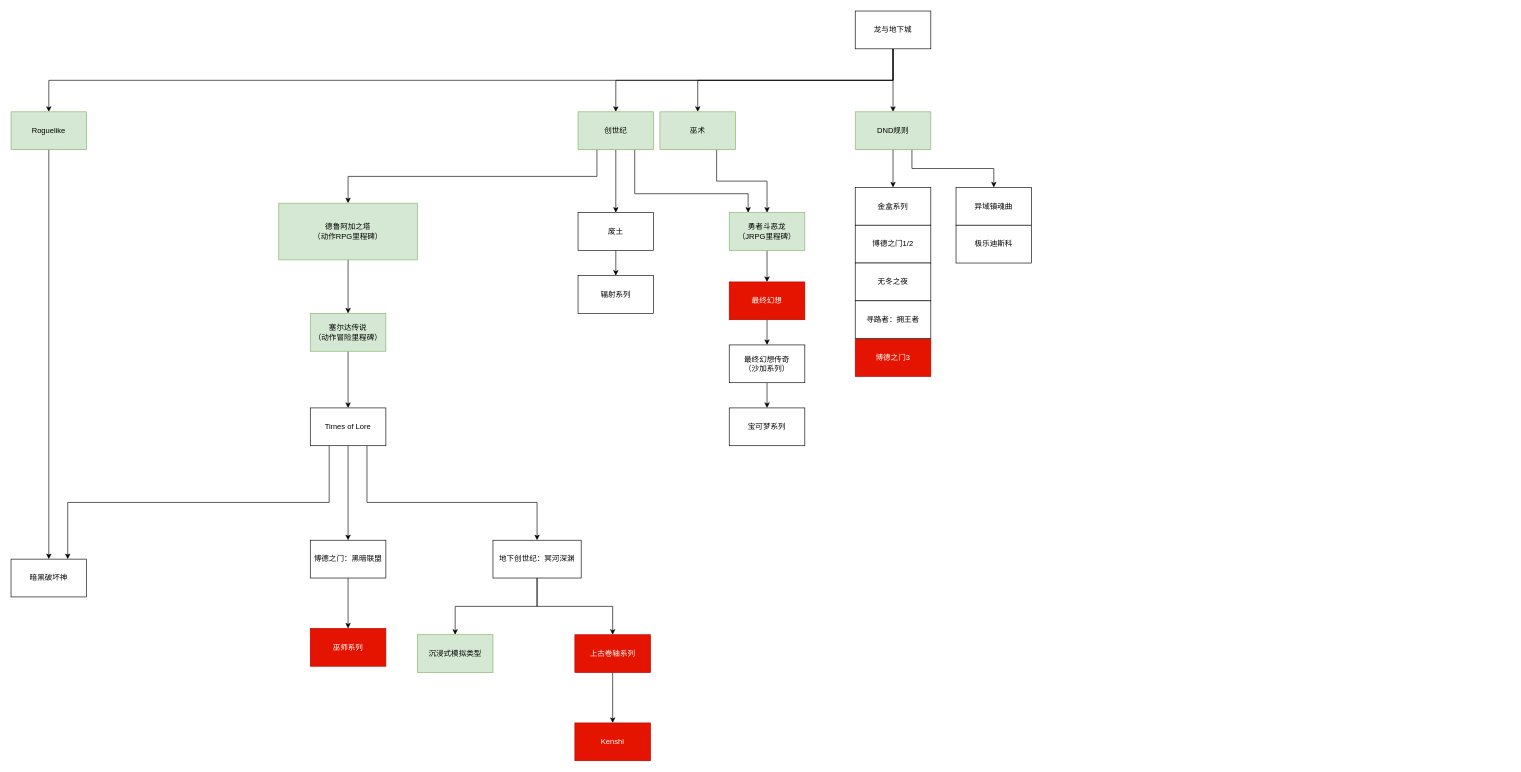
Above: RPGtree.drawio in sass00n1/StartFramework (draw.io), before the change. Source tidied: cells renumbered, new cells numbered last; positions are measured from the earlier drawing's top-left corner, leaving out a move shared by most shapes. Both pictures are drawn from the tidied source at 63%, with x=0, y=0 at pixel (11, 11).
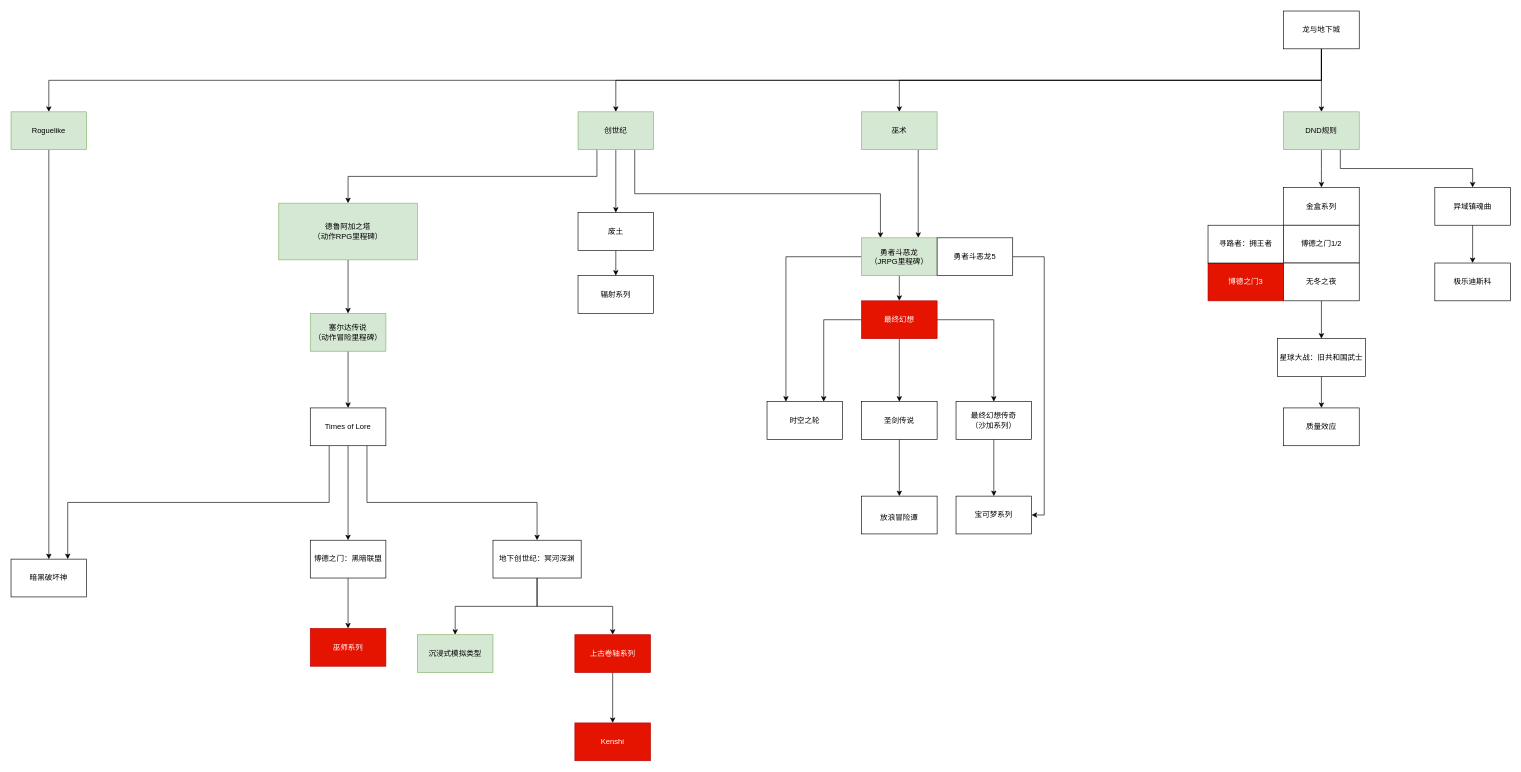
Above is the later version.

Unchanged cells that the change refers to:
```xml
<mxCell id="10" value="创世纪" style="rounded=0;whiteSpace=wrap;html=1;fillColor=#d5e8d4;strokeColor=#82b366;" parent="1" vertex="1">
  <mxGeometry x="900" y="160" width="120" height="60" as="geometry" />
</mxCell>
<mxCell id="39" value="Roguelike" style="rounded=0;whiteSpace=wrap;html=1;fillColor=#d5e8d4;strokeColor=#82b366;" parent="1" vertex="1">
  <mxGeometry y="160" width="120" height="60" as="geometry" />
</mxCell>
```

What changed in the source:
```diff
@@
-    <mxCell id="3" style="edgeStyle=orthogonalEdgeStyle;rounded=0;jettySize=auto;html=1;" parent="1" edge="1" source="6" target="12">
-      <mxGeometry relative="1" as="geometry">
-        <Array as="points">
-          <mxPoint x="1400" y="110" />
-          <mxPoint x="1090" y="110" />
-        </Array>
-      </mxGeometry>
-    </mxCell>
@@
     <mxCell id="5" style="edgeStyle=orthogonalEdgeStyle;rounded=0;jettySize=auto;html=1;entryX=0.5;entryY=0;entryDx=0;entryDy=0;" parent="1" edge="1" source="6" target="39">
       <mxGeometry relative="1" as="geometry">
         <Array as="points">
-          <mxPoint x="1400" y="110" />
+          <mxPoint x="2080" y="110" />
           <mxPoint x="60" y="110" />
         </Array>
       </mxGeometry>
     </mxCell>
+    <mxCell id="3" style="edgeStyle=orthogonalEdgeStyle;rounded=0;jettySize=auto;html=1;exitX=0.5;exitY=1;exitDx=0;exitDy=0;entryX=0.5;entryY=0;entryDx=0;entryDy=0;" parent="1" edge="1" source="6" target="12">
+      <mxGeometry relative="1" as="geometry" />
+    </mxCell>
     <mxCell id="6" value="龙与地下城" style="rounded=0;whiteSpace=wrap;html=1;" parent="1" vertex="1">
-      <mxGeometry x="1340" width="120" height="60" as="geometry" />
+      <mxGeometry x="2020" width="120" height="60" as="geometry" />
     </mxCell>
-    <mxCell id="7" style="edgeStyle=orthogonalEdgeStyle;rounded=0;jettySize=auto;html=1;exitX=0.75;exitY=1;exitDx=0;exitDy=0;entryX=0.25;entryY=0;entryDx=0;entryDy=0;" parent="1" edge="1" source="10" target="14">
-      <mxGeometry relative="1" as="geometry">
-        <Array as="points">
-          <mxPoint x="990" y="290" />
-          <mxPoint x="1170" y="290" />
-        </Array>
-      </mxGeometry>
-    </mxCell>
@@
+    <mxCell id="7" style="edgeStyle=orthogonalEdgeStyle;rounded=0;jettySize=auto;html=1;exitX=0.75;exitY=1;exitDx=0;exitDy=0;entryX=0.25;entryY=0;entryDx=0;entryDy=0;" parent="1" edge="1" source="10" target="14">
+      <mxGeometry relative="1" as="geometry" />
+    </mxCell>
@@
-    <mxCell id="11" style="edgeStyle=orthogonalEdgeStyle;rounded=0;jettySize=auto;html=1;exitX=0.75;exitY=1;exitDx=0;exitDy=0;entryX=0.5;entryY=0;entryDx=0;entryDy=0;" parent="1" edge="1" source="12" target="14">
+    <mxCell id="11" style="edgeStyle=orthogonalEdgeStyle;rounded=0;jettySize=auto;html=1;exitX=0.75;exitY=1;exitDx=0;exitDy=0;entryX=0.75;entryY=0;entryDx=0;entryDy=0;" parent="1" edge="1" source="12" target="14">
       <mxGeometry relative="1" as="geometry" />
     </mxCell>
     <mxCell id="12" value="巫术" style="rounded=0;whiteSpace=wrap;html=1;fillColor=#d5e8d4;strokeColor=#82b366;" parent="1" vertex="1">
-      <mxGeometry x="1030" y="160" width="120" height="60" as="geometry" />
+      <mxGeometry x="1350" y="160" width="120" height="60" as="geometry" />
     </mxCell>
@@
+    <mxCell id="54" style="edgeStyle=orthogonalEdgeStyle;rounded=0;jettySize=auto;html=1;exitX=0;exitY=0.5;exitDx=0;exitDy=0;entryX=0.25;entryY=0;entryDx=0;entryDy=0;" parent="1" edge="1" source="14" target="61">
+      <mxGeometry relative="1" as="geometry" />
+    </mxCell>
     <mxCell id="14" value="&lt;div&gt;勇者斗恶龙&lt;/div&gt;&lt;div&gt;（JRPG里程碑）&lt;br&gt;&lt;/div&gt;" style="rounded=0;whiteSpace=wrap;html=1;fillColor=#d5e8d4;strokeColor=#82b366;" parent="1" vertex="1">
-      <mxGeometry x="1140" y="320" width="120" height="60" as="geometry" />
+      <mxGeometry x="1350" y="360" width="120" height="60" as="geometry" />
     </mxCell>
     <mxCell id="15" style="edgeStyle=orthogonalEdgeStyle;rounded=0;jettySize=auto;html=1;entryX=0.5;entryY=0;entryDx=0;entryDy=0;" parent="1" edge="1" source="17" target="18">
       <mxGeometry relative="1" as="geometry">
         <Array as="points">
-          <mxPoint x="1400" y="250" />
-          <mxPoint x="1400" y="250" />
+          <mxPoint x="2080" y="250" />
+          <mxPoint x="2080" y="250" />
         </Array>
       </mxGeometry>
     </mxCell>
@@
     <mxCell id="17" value="DND规则" style="rounded=0;whiteSpace=wrap;html=1;fillColor=#d5e8d4;strokeColor=#82b366;" parent="1" vertex="1">
-      <mxGeometry x="1340" y="160" width="120" height="60" as="geometry" />
+      <mxGeometry x="2020" y="160" width="120" height="60" as="geometry" />
     </mxCell>
     <mxCell id="18" value="金盒系列" style="rounded=0;whiteSpace=wrap;html=1;" parent="1" vertex="1">
-      <mxGeometry x="1340" y="280" width="120" height="60" as="geometry" />
+      <mxGeometry x="2020" y="280" width="120" height="60" as="geometry" />
     </mxCell>
     <mxCell id="19" value="博德之门1/2" style="rounded=0;whiteSpace=wrap;html=1;" parent="1" vertex="1">
-      <mxGeometry x="1340" y="340" width="120" height="60" as="geometry" />
+      <mxGeometry x="2020" y="340" width="120" height="60" as="geometry" />
     </mxCell>
+    <mxCell id="55" style="edgeStyle=orthogonalEdgeStyle;rounded=0;jettySize=auto;html=1;exitX=0.5;exitY=1;exitDx=0;exitDy=0;" parent="1" edge="1" source="20" target="66">
+      <mxGeometry relative="1" as="geometry" />
+    </mxCell>
     <mxCell id="20" value="无冬之夜" style="rounded=0;whiteSpace=wrap;html=1;" parent="1" vertex="1">
-      <mxGeometry x="1340" y="400" width="120" height="60" as="geometry" />
+      <mxGeometry x="2020" y="400" width="120" height="60" as="geometry" />
     </mxCell>
     <mxCell id="21" value="博德之门3" style="rounded=0;whiteSpace=wrap;html=1;fillColor=#e51400;fontColor=#ffffff;strokeColor=#B20000;" parent="1" vertex="1">
-      <mxGeometry x="1340" y="520" width="120" height="60" as="geometry" />
+      <mxGeometry x="1900" y="400" width="120" height="60" as="geometry" />
     </mxCell>
+    <mxCell id="56" style="edgeStyle=orthogonalEdgeStyle;rounded=0;jettySize=auto;html=1;exitX=0.5;exitY=1;exitDx=0;exitDy=0;entryX=0.5;entryY=0;entryDx=0;entryDy=0;" parent="1" edge="1" source="22" target="23">
+      <mxGeometry relative="1" as="geometry" />
+    </mxCell>
     <mxCell id="22" value="异域镇魂曲" style="rounded=0;whiteSpace=wrap;html=1;" parent="1" vertex="1">
-      <mxGeometry x="1500" y="280" width="120" height="60" as="geometry" />
+      <mxGeometry x="2260" y="280" width="120" height="60" as="geometry" />
     </mxCell>
     <mxCell id="23" value="极乐迪斯科" style="rounded=0;whiteSpace=wrap;html=1;" parent="1" vertex="1">
-      <mxGeometry x="1500" y="340" width="120" height="60" as="geometry" />
+      <mxGeometry x="2260" y="400" width="120" height="60" as="geometry" />
     </mxCell>
@@
     <mxCell id="47" value="寻路者：拥王者" style="rounded=0;whiteSpace=wrap;html=1;" parent="1" vertex="1">
-      <mxGeometry x="1340" y="460" width="120" height="60" as="geometry" />
+      <mxGeometry x="1900" y="340" width="120" height="60" as="geometry" />
     </mxCell>
-    <mxCell id="48" style="edgeStyle=orthogonalEdgeStyle;rounded=0;jettySize=auto;html=1;exitX=0.5;exitY=1;exitDx=0;exitDy=0;entryX=0.5;entryY=0;entryDx=0;entryDy=0;" parent="1" edge="1" source="49" target="52">
+    <mxCell id="48" style="edgeStyle=orthogonalEdgeStyle;rounded=0;jettySize=auto;html=1;exitX=1;exitY=0.5;exitDx=0;exitDy=0;entryX=0.5;entryY=0;entryDx=0;entryDy=0;" parent="1" edge="1" source="49" target="52">
       <mxGeometry relative="1" as="geometry" />
     </mxCell>
+    <mxCell id="57" style="edgeStyle=orthogonalEdgeStyle;rounded=0;jettySize=auto;html=1;exitX=0;exitY=0.5;exitDx=0;exitDy=0;entryX=0.75;entryY=0;entryDx=0;entryDy=0;" parent="1" edge="1" source="49" target="61">
+      <mxGeometry relative="1" as="geometry" />
+    </mxCell>
+    <mxCell id="58" style="edgeStyle=orthogonalEdgeStyle;rounded=0;jettySize=auto;html=1;exitX=0.5;exitY=1;exitDx=0;exitDy=0;" parent="1" edge="1" source="49" target="63">
+      <mxGeometry relative="1" as="geometry" />
+    </mxCell>
     <mxCell id="49" value="最终幻想" style="rounded=0;whiteSpace=wrap;html=1;fillColor=#e51400;fontColor=#ffffff;strokeColor=#B20000;" parent="1" vertex="1">
-      <mxGeometry x="1140" y="430" width="120" height="60" as="geometry" />
+      <mxGeometry x="1350" y="460" width="120" height="60" as="geometry" />
     </mxCell>
@@
     <mxCell id="52" value="&lt;div&gt;最终幻想传奇&lt;/div&gt;&lt;div&gt;（沙加系列）&lt;/div&gt;" style="rounded=0;whiteSpace=wrap;html=1;" parent="1" vertex="1">
-      <mxGeometry x="1140" y="530" width="120" height="60" as="geometry" />
+      <mxGeometry x="1500" y="620" width="120" height="60" as="geometry" />
     </mxCell>
     <mxCell id="53" value="宝可梦系列" style="rounded=0;whiteSpace=wrap;html=1;" parent="1" vertex="1">
-      <mxGeometry x="1140" y="630" width="120" height="60" as="geometry" />
+      <mxGeometry x="1500" y="770" width="120" height="60" as="geometry" />
     </mxCell>
+    <mxCell id="59" style="edgeStyle=orthogonalEdgeStyle;rounded=0;jettySize=auto;html=1;exitX=1;exitY=0.5;exitDx=0;exitDy=0;entryX=1;entryY=0.5;entryDx=0;entryDy=0;" parent="1" edge="1" source="60" target="53">
+      <mxGeometry relative="1" as="geometry" />
+    </mxCell>
+    <mxCell id="60" value="&lt;div&gt;勇者斗恶龙5&lt;/div&gt;" style="rounded=0;whiteSpace=wrap;html=1;" parent="1" vertex="1">
+      <mxGeometry x="1470" y="360" width="120" height="60" as="geometry" />
+    </mxCell>
+    <mxCell id="61" value="时空之轮" style="rounded=0;whiteSpace=wrap;html=1;" parent="1" vertex="1">
+      <mxGeometry x="1200" y="620" width="120" height="60" as="geometry" />
+    </mxCell>
+    <mxCell id="62" style="edgeStyle=orthogonalEdgeStyle;rounded=0;jettySize=auto;html=1;exitX=0.5;exitY=1;exitDx=0;exitDy=0;entryX=0.5;entryY=0;entryDx=0;entryDy=0;" parent="1" edge="1" source="63" target="64">
+      <mxGeometry relative="1" as="geometry" />
+    </mxCell>
+    <mxCell id="63" value="圣剑传说" style="rounded=0;whiteSpace=wrap;html=1;" parent="1" vertex="1">
+      <mxGeometry x="1350" y="620" width="120" height="60" as="geometry" />
+    </mxCell>
+    <mxCell id="64" value="&lt;h1 dir=&quot;ltr&quot; lang=&quot;zh-Hans-CN&quot; class=&quot;firstHeading mw-first-heading&quot; id=&quot;firstHeading&quot;&gt;&lt;font style=&quot;font-size: 12px;&quot;&gt;&lt;span style=&quot;font-weight: normal;&quot;&gt;放浪冒险谭&lt;/span&gt;&lt;/font&gt;&lt;/h1&gt;" style="rounded=0;whiteSpace=wrap;html=1;" parent="1" vertex="1">
+      <mxGeometry x="1350" y="770" width="120" height="60" as="geometry" />
+    </mxCell>
+    <mxCell id="65" style="edgeStyle=orthogonalEdgeStyle;rounded=0;jettySize=auto;html=1;exitX=0.5;exitY=1;exitDx=0;exitDy=0;" parent="1" edge="1" source="66" target="67">
+      <mxGeometry relative="1" as="geometry" />
+    </mxCell>
+    <mxCell id="66" value="星球大战：旧共和国武士" style="rounded=0;whiteSpace=wrap;html=1;" parent="1" vertex="1">
+      <mxGeometry x="2010" y="520" width="140" height="60" as="geometry" />
+    </mxCell>
+    <mxCell id="67" value="质量效应" style="rounded=0;whiteSpace=wrap;html=1;" parent="1" vertex="1">
+      <mxGeometry x="2020" y="630" width="120" height="60" as="geometry" />
+    </mxCell>
```
